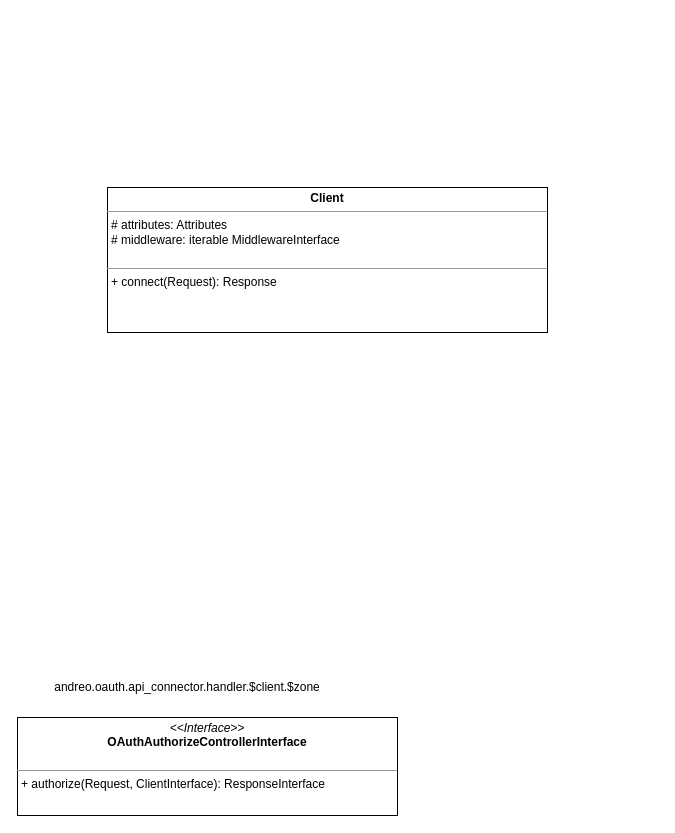
Before: page "client" (2 of 4) of oauth.drawio in andrzej-pakula/oauth-api-connector-bundle, a draw.io diagram. Source tidied: cells renumbered, new cells numbered last; positions are measured from the earlier drawing's top-left corner, leaving out a move shared by most shapes. Both pictures are drawn from the tidied source at 100%, with x=0, y=0 at pixel (17, 187).
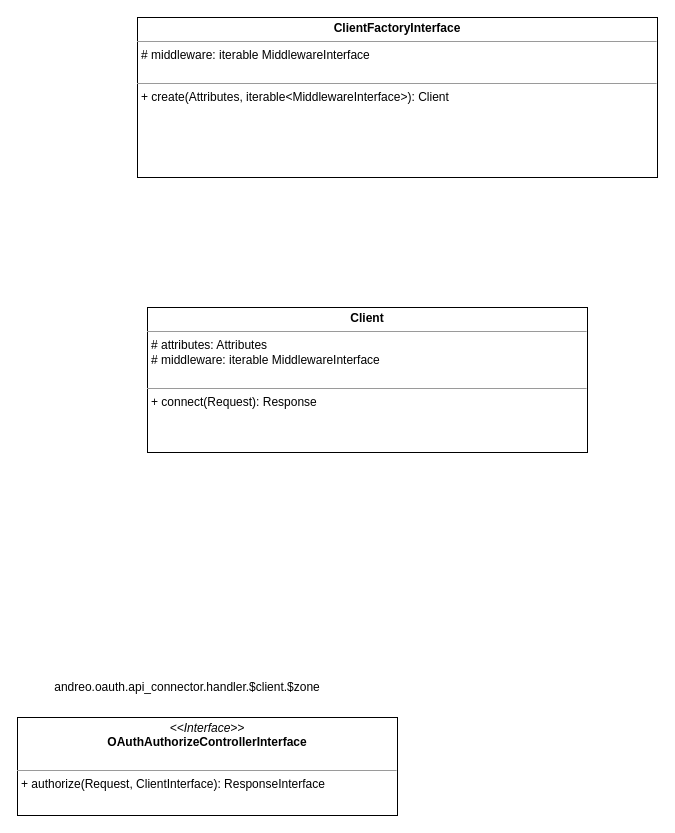
The same page after the edit.

What changed in the source:
```diff
@@
 <mxGraphModel>
   <root>
     <mxCell id="0" />
     <mxCell id="1" parent="0" />
     <mxCell id="2" value="&lt;p style=&quot;margin: 0px ; margin-top: 4px ; text-align: center&quot;&gt;&lt;i&gt;&amp;lt;&amp;lt;Interface&amp;gt;&amp;gt;&lt;/i&gt;&lt;br&gt;&lt;b&gt;OAuthAuthorizeControllerInterface&lt;/b&gt;&lt;br&gt;&lt;/p&gt;&lt;p style=&quot;margin: 0px ; margin-left: 4px&quot;&gt;&lt;br&gt;&lt;/p&gt;&lt;hr size=&quot;1&quot;&gt;&lt;p style=&quot;margin: 0px ; margin-left: 4px&quot;&gt;+ authorize(Request, ClientInterface): ResponseInterface&lt;br&gt;&lt;br&gt;&lt;/p&gt;" style="verticalAlign=top;align=left;overflow=fill;fontSize=12;fontFamily=Helvetica;html=1;" parent="1" vertex="1">
       <mxGeometry y="530" width="380" height="98" as="geometry" />
     </mxCell>
     <mxCell id="3" value="andreo.oauth.api_connector.handler.$client.$zone" style="text;html=1;strokeColor=none;fillColor=none;align=center;verticalAlign=middle;whiteSpace=wrap;rounded=0;" parent="1" vertex="1">
       <mxGeometry x="90" y="490" width="160" height="20" as="geometry" />
     </mxCell>
     <mxCell id="4" value="&lt;p style=&quot;margin: 0px ; margin-top: 4px ; text-align: center&quot;&gt;&lt;b&gt;Client&lt;/b&gt;&lt;/p&gt;&lt;hr size=&quot;1&quot;&gt;&lt;p style=&quot;margin: 0px ; margin-left: 4px&quot;&gt;# attributes: Attributes&lt;/p&gt;&lt;p style=&quot;margin: 0px ; margin-left: 4px&quot;&gt;# middleware: iterable MiddlewareInterface&lt;br&gt;&lt;/p&gt;&lt;p style=&quot;margin: 0px ; margin-left: 4px&quot;&gt;&lt;br&gt;&lt;/p&gt;&lt;hr size=&quot;1&quot;&gt;&lt;p style=&quot;margin: 0px ; margin-left: 4px&quot;&gt;+ connect(Request): Response&lt;/p&gt;" style="verticalAlign=top;align=left;overflow=fill;fontSize=12;fontFamily=Helvetica;html=1;" parent="1" vertex="1">
-      <mxGeometry x="90" width="440" height="145" as="geometry" />
+      <mxGeometry x="130" y="120" width="440" height="145" as="geometry" />
     </mxCell>
+    <mxCell id="5" value="&lt;p style=&quot;margin: 0px ; margin-top: 4px ; text-align: center&quot;&gt;&lt;b&gt;ClientFactoryInterface&lt;/b&gt;&lt;/p&gt;&lt;hr size=&quot;1&quot;&gt;&lt;p style=&quot;margin: 0px 0px 0px 4px&quot;&gt;# middleware: iterable MiddlewareInterface&lt;br&gt;&lt;/p&gt;&lt;p style=&quot;margin: 0px 0px 0px 4px&quot;&gt;&lt;br&gt;&lt;/p&gt;&lt;hr size=&quot;1&quot;&gt;&lt;p style=&quot;margin: 0px ; margin-left: 4px&quot;&gt;+ create(Attributes, iterable&amp;lt;MiddlewareInterface&amp;gt;): Client&lt;/p&gt;" style="verticalAlign=top;align=left;overflow=fill;fontSize=12;fontFamily=Helvetica;html=1;" parent="1" vertex="1">
+      <mxGeometry x="120" y="-170" width="520" height="160" as="geometry" />
+    </mxCell>
   </root>
 </mxGraphModel>
```
